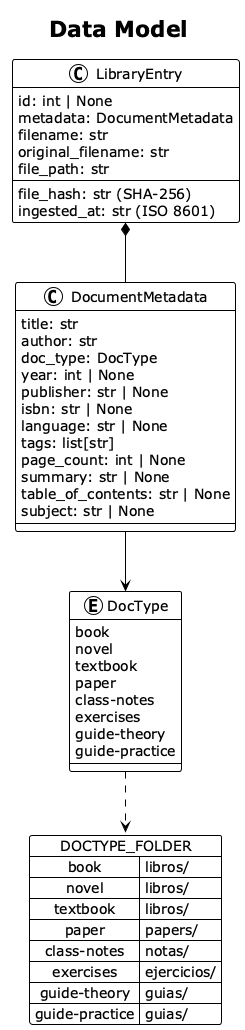
The PlantUML diagram docs/images/data_model.png in cnexans/wst, before a commit.
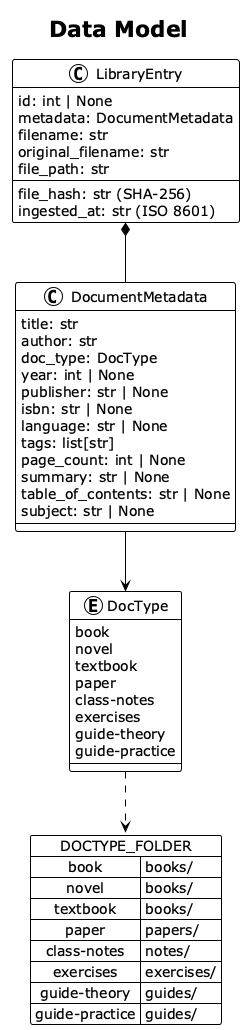
Above is the later version.

Change to the diagram source:
```diff
@@ -42,14 +42,14 @@
 DocumentMetadata --> DocType
 
 map DOCTYPE_FOLDER {
-    book => libros/
-    novel => libros/
-    textbook => libros/
+    book => books/
+    novel => books/
+    textbook => books/
     paper => papers/
-    class-notes => notas/
-    exercises => ejercicios/
-    guide-theory => guias/
-    guide-practice => guias/
+    class-notes => notes/
+    exercises => exercises/
+    guide-theory => guides/
+    guide-practice => guides/
 }
 
 DocType ..> DOCTYPE_FOLDER
```
